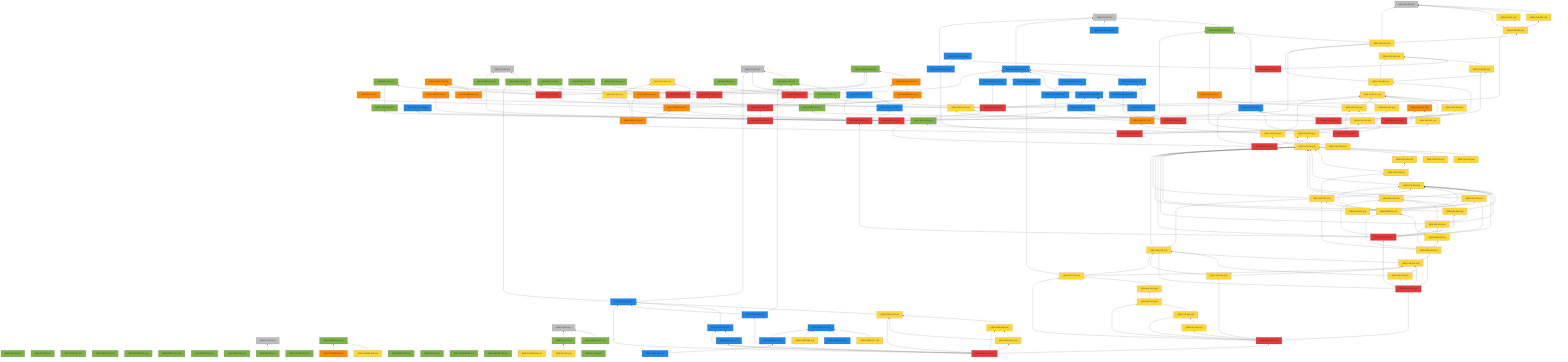
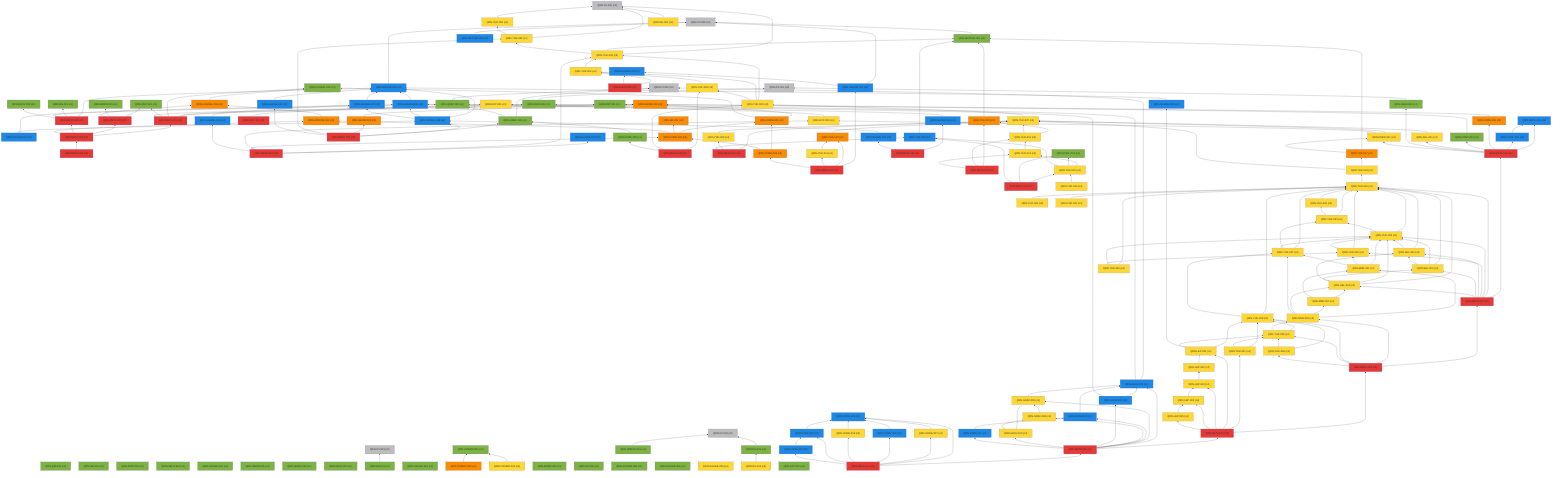
%% 自動生成 (dag/report.pl) — QRN 主張依存グラフ
graph BT
  QRN_C0_001["QRN-C0-001 (c0)"]:::c0
  QRN_C0_002["QRN-C0-002 (c0)"]:::c0
  QRN_C0_003["QRN-C0-003 (c0)"]:::c0
  QRN_C0_004["QRN-C0-004 (c0)"]:::c0
  QRN_C0_005["QRN-C0-005 (c0)"]:::c0
  QRN_C0_006["QRN-C0-006 (c0)"]:::c0
  QRN_QM_001["QRN-QM-001 (c1)"]:::c1
  QRN_GR_001["QRN-GR-001 (c1)"]:::c1
  QRN_STAT_001["QRN-STAT-001 (c1)"]:::c1
  QRN_FIELD_001["QRN-FIELD-001 (c1)"]:::c1
  QRN_GAUGE_001["QRN-GAUGE-001 (c1)"]:::c1
  QRN_ENT_001["QRN-ENT-001 (c1)"]:::c1
  QRN_GEOM_001["QRN-GEOM-001 (c1)"]:::c1
  QRN_GEOM_002["QRN-GEOM-002 (c1)"]:::c1
  QRN_GEOM_003["QRN-GEOM-003 (c3)"]:::c3
  QRN_GRAV_001["QRN-GRAV-001 (c1)"]:::c1
  QRN_GRAV_002["QRN-GRAV-002 (c1)"]:::c1
  QRN_BH_001["QRN-BH-001 (c1)"]:::c1
  QRN_CAUSAL_001["QRN-CAUSAL-001 (c1)"]:::c1
  QRN_CAUSAL_002["QRN-CAUSAL-002 (c3)"]:::c3
  QRN_ER_001["QRN-ER-001 (c3)"]:::c3
  QRN_QEC_001["QRN-QEC-001 (c1)"]:::c1
  QRN_GAUGE_002["QRN-GAUGE-002 (c1)"]:::c1
  QRN_COSMO_001["QRN-COSMO-001 (c1)"]:::c1
  QRN_COSMO_002["QRN-COSMO-002 (c4)"]:::c4
  QRN_COSMO_003["QRN-COSMO-003 (c3)"]:::c3
  QRN_BORN_001["QRN-BORN-001 (c1)"]:::c1
  QRN_BORN_002["QRN-BORN-002 (c1)"]:::c1
  QRN_GRAV_003["QRN-GRAV-003 (c1)"]:::c1
  QRN_KK_001["QRN-KK-001 (c1)"]:::c1
  QRN_MATTER_001["QRN-MATTER-001 (c1)"]:::c1
  QRN_MATTER_002["QRN-MATTER-002 (c2)"]:::c2
  QRN_COSMO_004["QRN-COSMO-004 (c1)"]:::c1
  QRN_EXP_001["QRN-EXP-001 (c4)"]:::c4
  QRN_GAUGE_003["QRN-GAUGE-003 (c2)"]:::c2
  QRN_GAUGE_004["QRN-GAUGE-004 (c1)"]:::c1
  QRN_GAUGE_005["QRN-GAUGE-005 (c4)"]:::c4
  QRN_YUK_001["QRN-YUK-001 (c4)"]:::c4
  QRN_RG_001["QRN-RG-001 (c1)"]:::c1
  QRN_UNRUH_001["QRN-UNRUH-001 (c1)"]:::c1
  QRN_QNEC_001["QRN-QNEC-001 (c1)"]:::c1
  QRN_NU_001["QRN-NU-001 (c4)"]:::c4
  QRN_GAUGE_006["QRN-GAUGE-006 (c2)"]:::c2
  QRN_DS_001["QRN-DS-001 (c1)"]:::c1
  QRN_DS_002["QRN-DS-002 (c4)"]:::c4
  QRN_ARROW_001["QRN-ARROW-001 (c3)"]:::c3
  QRN_GAUGE_007["QRN-GAUGE-007 (c2)"]:::c2
  QRN_EFT_001["QRN-EFT-001 (c1)"]:::c1
  QRN_GAUGE_008["QRN-GAUGE-008 (c2)"]:::c2
  QRN_GAUGE_009["QRN-GAUGE-009 (c2)"]:::c2
  QRN_GAUGE_010["QRN-GAUGE-010 (c2)"]:::c2
  QRN_QNEC_002["QRN-QNEC-002 (c1)"]:::c1
  QRN_GEOM_004["QRN-GEOM-004 (c3)"]:::c3
  QRN_YUK_002["QRN-YUK-002 (c4)"]:::c4
  QRN_EXP_002["QRN-EXP-002 (c5)"]:::c5
  QRN_CORE_001["QRN-CORE-001 (c3)"]:::c3
  QRN_GAUGE_011["QRN-GAUGE-011 (c2)"]:::c2
  QRN_GAUGE_012["QRN-GAUGE-012 (c2)"]:::c2
  QRN_YUK_003["QRN-YUK-003 (c4)"]:::c4
  QRN_EXP_003["QRN-EXP-003 (c4)"]:::c4
  QRN_CORE_002["QRN-CORE-002 (c3)"]:::c3
  QRN_GAUGE_013["QRN-GAUGE-013 (c2)"]:::c2
  QRN_YUK_004["QRN-YUK-004 (c4)"]:::c4
  QRN_GAUGE_014["QRN-GAUGE-014 (c2)"]:::c2
  QRN_META_001["QRN-META-001 (c5)"]:::c5
  QRN_META_002["QRN-META-002 (c5)"]:::c5
  QRN_META_003["QRN-META-003 (c5)"]:::c5
  QRN_META_004["QRN-META-004 (c5)"]:::c5
  QRN_META_005["QRN-META-005 (c5)"]:::c5
  QRN_META_006["QRN-META-006 (c5)"]:::c5
  QRN_META_007["QRN-META-007 (c5)"]:::c5
  QRN_META_008["QRN-META-008 (c5)"]:::c5
  QRN_YUK_005["QRN-YUK-005 (c4)"]:::c4
  QRN_YUK_006["QRN-YUK-006 (c4)"]:::c4
  QRN_CORE_003["QRN-CORE-003 (c1)"]:::c1
  QRN_META_009["QRN-META-009 (c5)"]:::c5
  QRN_YUK_007["QRN-YUK-007 (c4)"]:::c4
  QRN_YUK_008["QRN-YUK-008 (c4)"]:::c4
  QRN_YUK_009["QRN-YUK-009 (c2)"]:::c2
  QRN_META_010["QRN-META-010 (c5)"]:::c5
  QRN_GAUGE_015["QRN-GAUGE-015 (c2)"]:::c2
  QRN_YUK_010["QRN-YUK-010 (c3)"]:::c3
  QRN_YUK_011["QRN-YUK-011 (c4)"]:::c4
  QRN_CORE_004["QRN-CORE-004 (c3)"]:::c3
  QRN_META_011["QRN-META-011 (c5)"]:::c5
  QRN_YUK_012["QRN-YUK-012 (c3)"]:::c3
  QRN_YUK_013["QRN-YUK-013 (c4)"]:::c4
  QRN_YUK_014["QRN-YUK-014 (c4)"]:::c4
  QRN_META_012["QRN-META-012 (c5)"]:::c5
  QRN_TOOL_001["QRN-TOOL-001 (c1)"]:::c1
  QRN_YUK_015["QRN-YUK-015 (c4)"]:::c4
  QRN_META_013["QRN-META-013 (c5)"]:::c5
  QRN_GAUGE_016["QRN-GAUGE-016 (c2)"]:::c2
  QRN_GAUGE_017["QRN-GAUGE-017 (c2)"]:::c2
  QRN_META_014["QRN-META-014 (c5)"]:::c5
  QRN_META_015["QRN-META-015 (c2)"]:::c2
  QRN_TOOL_002["QRN-TOOL-002 (c2)"]:::c2
  QRN_CORE_005["QRN-CORE-005 (c3)"]:::c3
  QRN_CONT_001["QRN-CONT-001 (c1)"]:::c1
  QRN_SEL_001["QRN-SEL-001 (c4)"]:::c4
  QRN_GRAV_004["QRN-GRAV-004 (c1)"]:::c1
  QRN_PRED_001["QRN-PRED-001 (c4)"]:::c4
  QRN_META_016["QRN-META-016 (c5)"]:::c5
  QRN_YUK_016["QRN-YUK-016 (c4)"]:::c4
  QRN_YUK_017["QRN-YUK-017 (c3)"]:::c3
  QRN_YUK_018["QRN-YUK-018 (c4)"]:::c4
  QRN_YUK_019["QRN-YUK-019 (c4)"]:::c4
  QRN_YUK_020["QRN-YUK-020 (c4)"]:::c4
  QRN_YUK_021["QRN-YUK-021 (c4)"]:::c4
  QRN_YUK_022["QRN-YUK-022 (c4)"]:::c4
  QRN_YUK_023["QRN-YUK-023 (c4)"]:::c4
  QRN_YUK_024["QRN-YUK-024 (c4)"]:::c4
  QRN_YUK_025["QRN-YUK-025 (c4)"]:::c4
  QRN_SEL_002["QRN-SEL-002 (c4)"]:::c4
  QRN_SEL_003["QRN-SEL-003 (c4)"]:::c4
  QRN_SEL_004["QRN-SEL-004 (c4)"]:::c4
  QRN_META_017["QRN-META-017 (c5)"]:::c5
  QRN_YUK_026["QRN-YUK-026 (c4)"]:::c4
  QRN_YUK_027["QRN-YUK-027 (c4)"]:::c4
  QRN_MSR_001["QRN-MSR-001 (c4)"]:::c4
  QRN_MSR_002["QRN-MSR-002 (c4)"]:::c4
  QRN_MSR_003["QRN-MSR-003 (c4)"]:::c4
  QRN_YUK_028["QRN-YUK-028 (c4)"]:::c4
  QRN_YUK_029["QRN-YUK-029 (c4)"]:::c4
  QRN_YUK_030["QRN-YUK-030 (c4)"]:::c4
  QRN_META_018["QRN-META-018 (c5)"]:::c5
  QRN_YUK_031["QRN-YUK-031 (c4)"]:::c4
  QRN_LEP_001["QRN-LEP-001 (c4)"]:::c4
  QRN_LEP_002["QRN-LEP-002 (c4)"]:::c4
  QRN_LEP_003["QRN-LEP-003 (c4)"]:::c4
  QRN_LEP_004["QRN-LEP-004 (c4)"]:::c4
  QRN_LEP_005["QRN-LEP-005 (c4)"]:::c4
  QRN_META_019["QRN-META-019 (c5)"]:::c5
  QRN_GRAV_005["QRN-GRAV-005 (c2)"]:::c2
  QRN_GRAV_006["QRN-GRAV-006 (c4)"]:::c4
  QRN_GRAV_007["QRN-GRAV-007 (c2)"]:::c2
  QRN_GRAV_008["QRN-GRAV-008 (c4)"]:::c4
  QRN_GRAV_009["QRN-GRAV-009 (c2)"]:::c2
  QRN_GRAV_010["QRN-GRAV-010 (c4)"]:::c4
  QRN_GRAV_011["QRN-GRAV-011 (c2)"]:::c2
  QRN_META_020["QRN-META-020 (c5)"]:::c5
  QRN_CORE_006["QRN-CORE-006 (c2)"]:::c2
  QRN_CORE_007["QRN-CORE-007 (c4)"]:::c4
  QRN_CORE_008["QRN-CORE-008 (c2)"]:::c2
  QRN_CORE_009["QRN-CORE-009 (c4)"]:::c4
  QRN_CORE_010["QRN-CORE-010 (c2)"]:::c2
  QRN_CORE_011["QRN-CORE-011 (c2)"]:::c2
+   QRN_META_021["QRN-META-021 (c5)"]:::c5
  QRN_GRAV_001 --> QRN_C0_001
  QRN_BH_001 --> QRN_C0_003
  QRN_CAUSAL_002 --> QRN_CAUSAL_001
  QRN_COSMO_002 --> QRN_COSMO_001
  QRN_COSMO_003 --> QRN_COSMO_001
  QRN_MATTER_001 --> QRN_C0_005
  QRN_MATTER_002 --> QRN_C0_005
  QRN_GAUGE_003 --> QRN_C0_005
  QRN_YUK_001 --> QRN_C0_006
  QRN_UNRUH_001 --> QRN_C0_004
  QRN_QNEC_001 --> QRN_C0_002
  QRN_NU_001 --> QRN_C0_006
  QRN_GAUGE_006 --> QRN_GAUGE_003
  QRN_DS_001 --> QRN_C0_004
  QRN_DS_002 --> QRN_DS_001
  QRN_ARROW_001 --> QRN_CAUSAL_002
  QRN_GAUGE_007 --> QRN_GAUGE_003
  QRN_GAUGE_008 --> QRN_GAUGE_003
  QRN_GAUGE_008 --> QRN_GAUGE_006
  QRN_GAUGE_008 --> QRN_GAUGE_007
  QRN_GAUGE_009 --> QRN_GAUGE_003
  QRN_GAUGE_010 --> QRN_GAUGE_006
  QRN_GAUGE_010 --> QRN_GAUGE_008
  QRN_QNEC_002 --> QRN_C0_002
  QRN_QNEC_002 --> QRN_QNEC_001
  QRN_GEOM_004 --> QRN_GEOM_003
  QRN_YUK_002 --> QRN_C0_006
  QRN_YUK_002 --> QRN_YUK_001
  QRN_EXP_002 --> QRN_EXP_001
  QRN_CORE_001 --> QRN_GEOM_003
  QRN_CORE_001 --> QRN_CAUSAL_001
  QRN_GAUGE_011 --> QRN_GAUGE_003
  QRN_YUK_003 --> QRN_C0_006
  QRN_YUK_003 --> QRN_MATTER_001
  QRN_YUK_003 --> QRN_YUK_002
  QRN_EXP_003 --> QRN_EXP_001
  QRN_CORE_002 --> QRN_CORE_001
  QRN_CORE_002 --> QRN_ER_001
  QRN_CORE_002 --> QRN_ARROW_001
  QRN_GAUGE_013 --> QRN_GAUGE_007
  QRN_YUK_004 --> QRN_YUK_003
  QRN_META_001 --> QRN_GEOM_003
  QRN_META_001 --> QRN_GRAV_001
  QRN_META_001 --> QRN_CAUSAL_001
  QRN_META_001 --> QRN_QEC_001
  QRN_META_001 --> QRN_ENT_001
  QRN_META_002 --> QRN_QEC_001
  QRN_META_002 --> QRN_BORN_001
  QRN_META_002 --> QRN_CAUSAL_002
  QRN_META_003 --> QRN_GAUGE_003
  QRN_META_003 --> QRN_RG_001
  QRN_META_003 --> QRN_QNEC_001
  QRN_META_003 --> QRN_GRAV_003
  QRN_META_004 --> QRN_META_001
  QRN_META_004 --> QRN_META_002
  QRN_META_004 --> QRN_META_003
  QRN_META_004 --> QRN_ARROW_001
  QRN_META_005 --> QRN_META_004
  QRN_META_006 --> QRN_GAUGE_008
  QRN_META_006 --> QRN_QNEC_002
  QRN_META_006 --> QRN_GEOM_004
  QRN_META_006 --> QRN_YUK_002
  QRN_META_006 --> QRN_GAUGE_011
  QRN_META_007 --> QRN_GAUGE_012
  QRN_META_007 --> QRN_YUK_003
  QRN_META_007 --> QRN_EXP_003
  QRN_META_007 --> QRN_CORE_002
  QRN_META_007 --> QRN_GAUGE_013
  QRN_META_008 --> QRN_YUK_004
  QRN_META_008 --> QRN_GAUGE_014
  QRN_YUK_005 --> QRN_YUK_004
  QRN_YUK_006 --> QRN_YUK_003
  QRN_YUK_006 --> QRN_YUK_004
  QRN_YUK_006 --> QRN_YUK_005
  QRN_CORE_003 --> QRN_QNEC_002
  QRN_META_009 --> QRN_YUK_005
  QRN_META_009 --> QRN_YUK_006
  QRN_META_009 --> QRN_CORE_003
  QRN_YUK_007 --> QRN_YUK_006
  QRN_YUK_008 --> QRN_YUK_007
  QRN_YUK_009 --> QRN_MATTER_001
  QRN_META_010 --> QRN_YUK_007
  QRN_META_010 --> QRN_YUK_008
  QRN_META_010 --> QRN_YUK_009
  QRN_GAUGE_015 --> QRN_C0_005
  QRN_GAUGE_015 --> QRN_GAUGE_014
  QRN_YUK_010 --> QRN_YUK_007
  QRN_YUK_011 --> QRN_YUK_010
  QRN_CORE_004 --> QRN_CORE_001
  QRN_CORE_004 --> QRN_CORE_002
  QRN_META_011 --> QRN_GAUGE_015
  QRN_META_011 --> QRN_YUK_010
  QRN_META_011 --> QRN_YUK_011
  QRN_META_011 --> QRN_CORE_004
  QRN_YUK_012 --> QRN_MATTER_001
  QRN_YUK_013 --> QRN_YUK_012
  QRN_YUK_013 --> QRN_YUK_007
  QRN_YUK_014 --> QRN_YUK_013
  QRN_META_012 --> QRN_YUK_012
  QRN_META_012 --> QRN_YUK_013
  QRN_META_012 --> QRN_YUK_014
  QRN_YUK_015 --> QRN_YUK_014
  QRN_YUK_015 --> QRN_TOOL_001
  QRN_YUK_015 --> QRN_YUK_009
  QRN_META_013 --> QRN_YUK_015
  QRN_META_013 --> QRN_TOOL_001
  QRN_META_013 --> QRN_YUK_009
  QRN_GAUGE_016 --> QRN_GAUGE_006
  QRN_GAUGE_017 --> QRN_GAUGE_008
  QRN_META_014 --> QRN_GAUGE_016
  QRN_META_014 --> QRN_GAUGE_017
  QRN_TOOL_002 --> QRN_META_015
  QRN_CORE_005 --> QRN_GEOM_003
  QRN_CONT_001 --> QRN_ENT_001
  QRN_SEL_001 --> QRN_YUK_007
  QRN_GRAV_004 --> QRN_C0_001
  QRN_PRED_001 --> QRN_YUK_007
  QRN_PRED_001 --> QRN_EXP_003
  QRN_META_016 --> QRN_META_015
  QRN_META_016 --> QRN_TOOL_002
  QRN_META_016 --> QRN_CORE_005
  QRN_META_016 --> QRN_CONT_001
  QRN_META_016 --> QRN_SEL_001
  QRN_META_016 --> QRN_GRAV_004
  QRN_META_016 --> QRN_PRED_001
  QRN_YUK_016 --> QRN_YUK_015
  QRN_YUK_017 --> QRN_MATTER_001
  QRN_YUK_017 --> QRN_PRED_001
  QRN_YUK_018 --> QRN_YUK_017
  QRN_YUK_018 --> QRN_YUK_007
  QRN_YUK_019 --> QRN_YUK_018
  QRN_YUK_020 --> QRN_YUK_019
  QRN_YUK_021 --> QRN_YUK_019
  QRN_YUK_022 --> QRN_YUK_019
  QRN_YUK_023 --> QRN_YUK_019
  QRN_YUK_023 --> QRN_YUK_022
  QRN_YUK_024 --> QRN_YUK_019
  QRN_YUK_024 --> QRN_YUK_023
  QRN_YUK_025 --> QRN_YUK_019
  QRN_YUK_025 --> QRN_YUK_024
  QRN_SEL_002 --> QRN_YUK_019
  QRN_SEL_002 --> QRN_YUK_024
  QRN_SEL_003 --> QRN_YUK_019
  QRN_SEL_003 --> QRN_YUK_024
  QRN_SEL_003 --> QRN_SEL_002
  QRN_SEL_004 --> QRN_YUK_019
  QRN_SEL_004 --> QRN_YUK_024
  QRN_SEL_004 --> QRN_SEL_002
  QRN_SEL_004 --> QRN_SEL_003
  QRN_META_017 --> QRN_META_016
  QRN_META_017 --> QRN_YUK_019
  QRN_META_017 --> QRN_YUK_024
  QRN_META_017 --> QRN_YUK_025
  QRN_META_017 --> QRN_SEL_002
  QRN_META_017 --> QRN_SEL_003
  QRN_META_017 --> QRN_SEL_004
  QRN_YUK_026 --> QRN_YUK_019
  QRN_YUK_026 --> QRN_YUK_024
  QRN_YUK_026 --> QRN_YUK_025
  QRN_YUK_027 --> QRN_YUK_019
  QRN_YUK_027 --> QRN_YUK_023
  QRN_YUK_027 --> QRN_YUK_024
  QRN_MSR_001 --> QRN_YUK_024
  QRN_MSR_001 --> QRN_YUK_025
  QRN_MSR_001 --> QRN_YUK_027
  QRN_MSR_002 --> QRN_SEL_004
  QRN_MSR_002 --> QRN_MSR_001
  QRN_MSR_003 --> QRN_MSR_001
  QRN_MSR_003 --> QRN_MSR_002
  QRN_MSR_003 --> QRN_SEL_004
  QRN_MSR_003 --> QRN_YUK_027
  QRN_YUK_028 --> QRN_YUK_019
  QRN_YUK_028 --> QRN_YUK_027
  QRN_YUK_029 --> QRN_YUK_028
  QRN_YUK_029 --> QRN_MSR_003
  QRN_YUK_030 --> QRN_YUK_028
  QRN_YUK_030 --> QRN_YUK_029
  QRN_META_018 --> QRN_META_017
  QRN_META_018 --> QRN_MSR_003
  QRN_META_018 --> QRN_YUK_028
  QRN_META_018 --> QRN_YUK_029
  QRN_META_018 --> QRN_YUK_030
  QRN_YUK_031 --> QRN_YUK_028
  QRN_YUK_031 --> QRN_YUK_029
  QRN_LEP_001 --> QRN_YUK_028
  QRN_LEP_001 --> QRN_YUK_029
  QRN_LEP_001 --> QRN_GAUGE_009
  QRN_LEP_002 --> QRN_LEP_001
  QRN_LEP_003 --> QRN_LEP_002
  QRN_LEP_004 --> QRN_LEP_003
  QRN_LEP_005 --> QRN_LEP_004
  QRN_META_019 --> QRN_META_018
  QRN_META_019 --> QRN_YUK_031
  QRN_META_019 --> QRN_LEP_001
  QRN_META_019 --> QRN_LEP_003
  QRN_META_019 --> QRN_LEP_004
  QRN_META_019 --> QRN_LEP_005
  QRN_GRAV_005 --> QRN_C0_002
  QRN_GRAV_005 --> QRN_GRAV_001
  QRN_GRAV_006 --> QRN_GRAV_005
  QRN_GRAV_007 --> QRN_GRAV_005
  QRN_GRAV_008 --> QRN_GRAV_006
  QRN_GRAV_009 --> QRN_GRAV_005
  QRN_GRAV_009 --> QRN_QNEC_001
  QRN_GRAV_010 --> QRN_GRAV_006
  QRN_GRAV_010 --> QRN_GRAV_008
  QRN_GRAV_011 --> QRN_GRAV_007
  QRN_META_020 --> QRN_META_019
  QRN_META_020 --> QRN_GRAV_005
  QRN_META_020 --> QRN_GRAV_006
  QRN_META_020 --> QRN_GRAV_007
  QRN_META_020 --> QRN_GRAV_008
  QRN_META_020 --> QRN_GRAV_009
  QRN_META_020 --> QRN_GRAV_010
  QRN_META_020 --> QRN_GRAV_011
  QRN_CORE_007 --> QRN_CORE_006
  QRN_CORE_008 --> QRN_CORE_006
  QRN_CORE_009 --> QRN_CORE_006
  QRN_CORE_010 --> QRN_CORE_006
  QRN_CORE_011 --> QRN_CORE_010
+   QRN_META_021 --> QRN_META_020
+   QRN_META_021 --> QRN_CORE_006
+   QRN_META_021 --> QRN_CORE_007
+   QRN_META_021 --> QRN_CORE_008
+   QRN_META_021 --> QRN_CORE_009
+   QRN_META_021 --> QRN_CORE_010
+   QRN_META_021 --> QRN_CORE_011
  classDef c0 fill:#bdbdbd
  classDef c1 fill:#7cb342
  classDef c2 fill:#1e88e5
  classDef c3 fill:#fb8c00
  classDef c4 fill:#fdd835
  classDef c5 fill:#e53935
